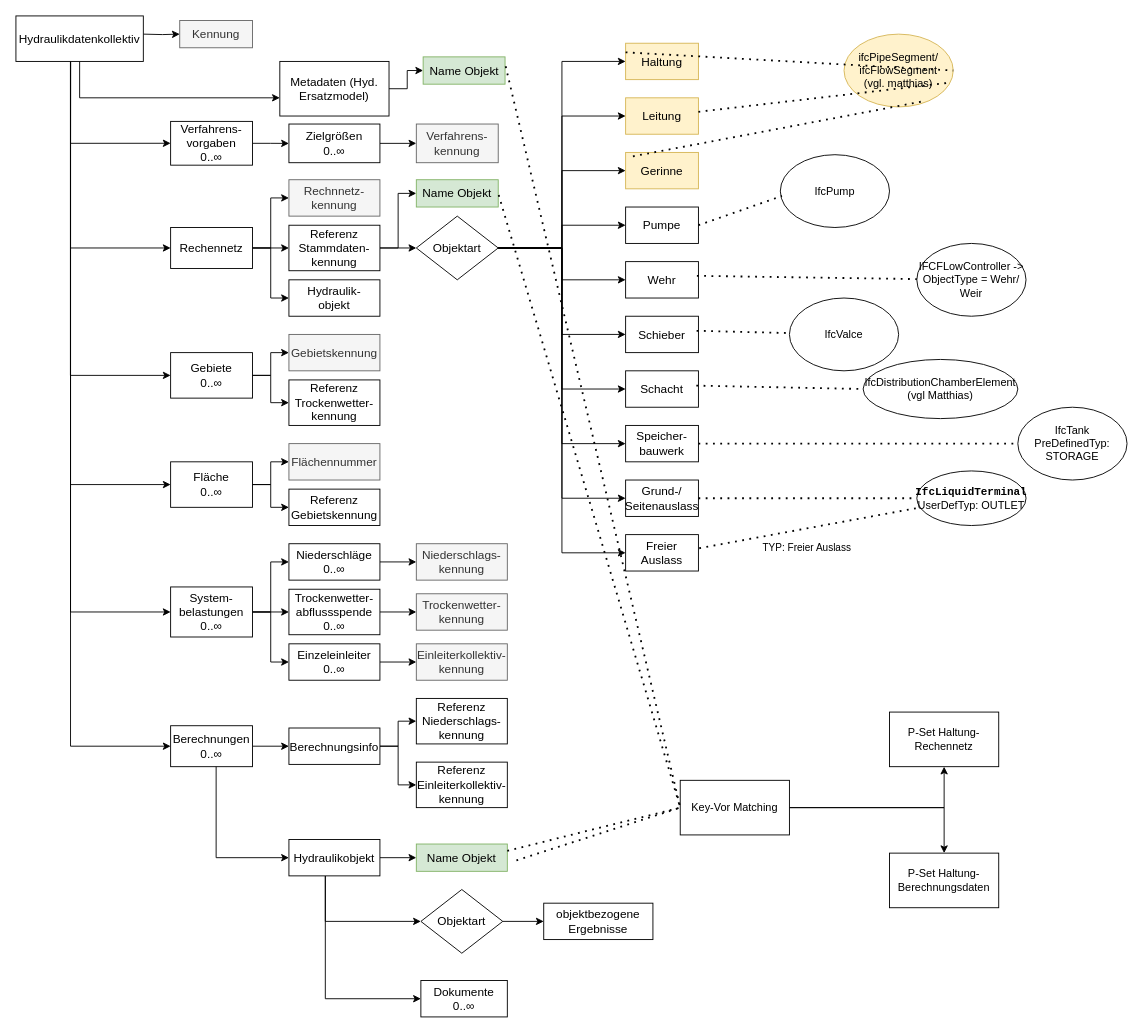
Above: Grobwasser mit IFC Klassen.drawio in simonwb123/BA-ISYBAU (draw.io), before the change. Source tidied: cells renumbered, new cells numbered last; positions are measured from the earlier drawing's top-left corner, leaving out a move shared by most shapes. Both pictures are drawn from the tidied source at 91%, with x=0, y=0 at pixel (15, 15).
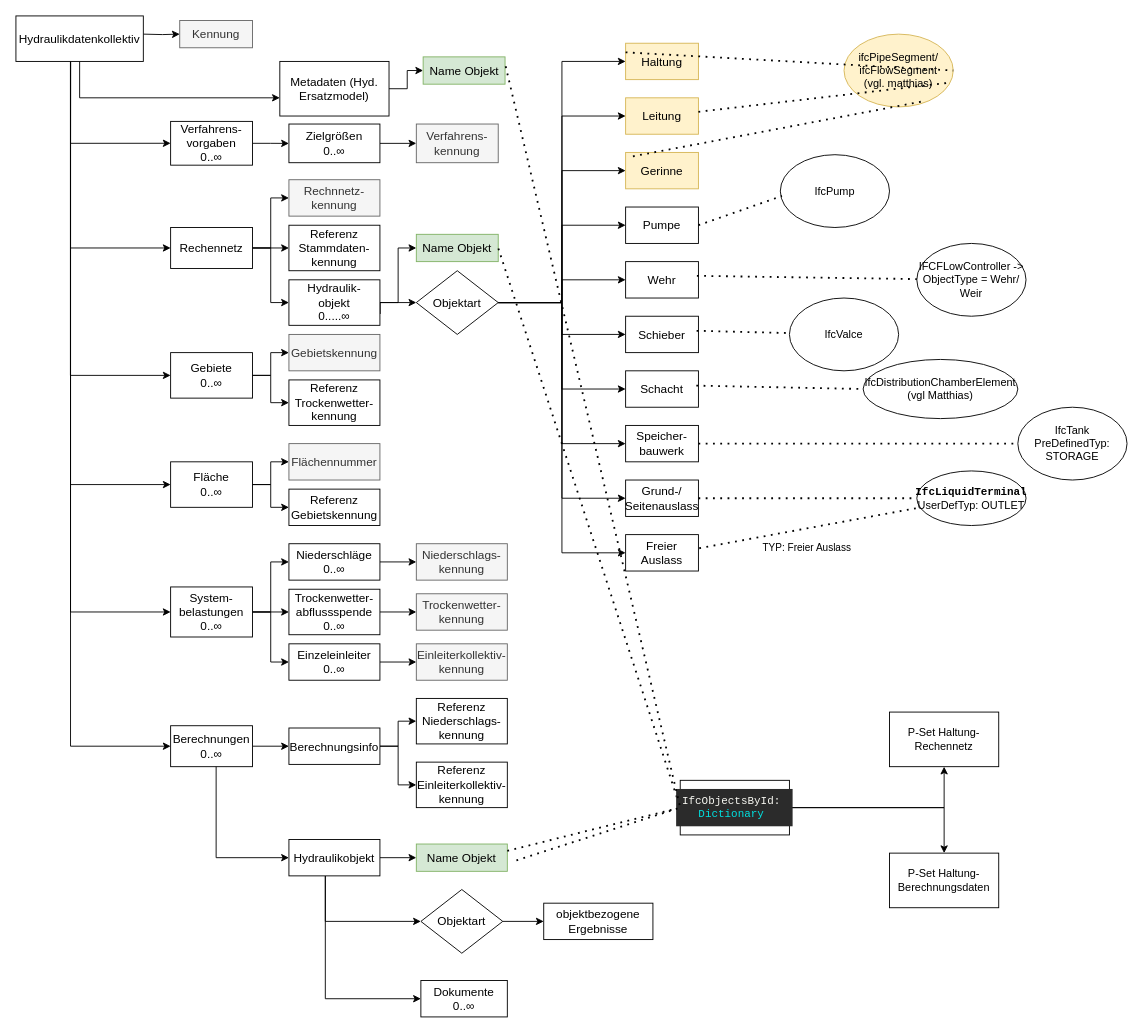
The same diagram, later.

Unchanged cells that the change refers to:
```xml
<mxCell id="19" value="&lt;div&gt;Referenz &lt;br&gt;&lt;/div&gt;&lt;div&gt;Stammdaten-&lt;/div&gt;&lt;div&gt;kennung&lt;/div&gt;" style="rounded=0;whiteSpace=wrap;html=1;fontFamily=Latin Modern;fontSize=13;" parent="1" vertex="1">
  <mxGeometry x="300" y="230" width="100" height="50" as="geometry" />
</mxCell>
```

The edit, as a diff of the source:
```diff
@@
-    <mxCell id="17" style="edgeStyle=orthogonalEdgeStyle;rounded=0;jettySize=auto;html=1;exitX=1;exitY=0.5;exitDx=0;exitDy=0;fontSize=13;" parent="1" edge="1" source="19" target="32">
-      <mxGeometry relative="1" as="geometry" />
+    <mxCell id="17" style="edgeStyle=orthogonalEdgeStyle;rounded=0;jettySize=auto;html=1;exitX=1;exitY=0.75;exitDx=0;exitDy=0;fontSize=13;" parent="1" edge="1" source="20" target="32">
+      <mxGeometry relative="1" as="geometry">
+        <Array as="points">
+          <mxPoint x="400" y="315" />
+        </Array>
+      </mxGeometry>
     </mxCell>
-    <mxCell id="18" style="edgeStyle=orthogonalEdgeStyle;rounded=0;jettySize=auto;html=1;entryX=0;entryY=0.5;entryDx=0;entryDy=0;fontSize=13;" parent="1" edge="1" source="19" target="41">
-      <mxGeometry relative="1" as="geometry" />
+    <mxCell id="18" style="edgeStyle=orthogonalEdgeStyle;rounded=0;jettySize=auto;html=1;entryX=0;entryY=0.5;entryDx=0;entryDy=0;fontSize=13;exitX=1;exitY=0.75;exitDx=0;exitDy=0;" parent="1" edge="1" source="20" target="41">
+      <mxGeometry relative="1" as="geometry">
+        <Array as="points">
+          <mxPoint x="400" y="315" />
+          <mxPoint x="420" y="315" />
+          <mxPoint x="420" y="255" />
+        </Array>
+      </mxGeometry>
     </mxCell>
@@
-    <mxCell id="20" value="&lt;div&gt;Hydraulik-&lt;/div&gt;&lt;div&gt;objekt&lt;/div&gt;" style="rounded=0;whiteSpace=wrap;html=1;fontFamily=Latin Modern;fontSize=13;" parent="1" vertex="1">
-      <mxGeometry x="300" y="290" width="100" height="40" as="geometry" />
+    <mxCell id="20" value="&lt;div&gt;Hydraulik-&lt;/div&gt;&lt;div&gt;objekt&lt;br&gt;0.....∞&lt;/div&gt;" style="rounded=0;whiteSpace=wrap;html=1;fontFamily=Latin Modern;fontSize=13;" parent="1" vertex="1">
+      <mxGeometry x="300" y="290" width="100" height="50" as="geometry" />
     </mxCell>
@@
     <mxCell id="32" value="Objektart" style="shape=rhombus;html=1;dashed=0;whiteSpace=wrap;perimeter=rhombusPerimeter;fontFamily=Latin Modern;fontSize=13;" parent="1" vertex="1">
-      <mxGeometry x="440" y="220" width="90" height="70" as="geometry" />
+      <mxGeometry x="440" y="280" width="90" height="70" as="geometry" />
     </mxCell>
@@
     <mxCell id="41" value="Name Objekt" style="rounded=0;whiteSpace=wrap;html=1;fontFamily=Latin Modern;fontSize=13;fillColor=#d5e8d4;strokeColor=#82b366;" parent="1" vertex="1">
-      <mxGeometry x="440" y="180" width="90" height="30" as="geometry" />
+      <mxGeometry x="440" y="240" width="90" height="30" as="geometry" />
     </mxCell>
@@
-    <mxCell id="110" value="Key-Vor Matching" style="rounded=0;whiteSpace=wrap;html=1;" parent="1" vertex="1">
+    <mxCell id="110" value="&lt;pre style=&quot;display: block; overflow-x: auto; background: rgb(43, 43, 43); color: rgb(248, 248, 242); padding: 0.5em;&quot; class=&quot;MarkdownCodeBlock_preTag__QMZEO MarkdownCodeBlock_horizontalOverflowHidden__YPHxg&quot;&gt;&lt;code style=&quot;white-space: pre;&quot; class=&quot;MarkdownCodeBlock_codeTag__5BV0Z&quot;&gt;&lt;span class=&quot;hljs-function&quot;&gt;IfcObjectsById&lt;/span&gt;&lt;span&gt;: &lt;br&gt;&lt;/span&gt;&lt;/code&gt;&lt;code style=&quot;white-space: pre;&quot; class=&quot;MarkdownCodeBlock_codeTag__5BV0Z&quot;&gt;&lt;span class=&quot;hljs-function&quot;&gt;&lt;/span&gt;&lt;span style=&quot;color: rgb(0, 224, 224);&quot; class=&quot;hljs-function&quot;&gt;Dictionary&lt;/span&gt;&lt;span class=&quot;hljs-function&quot;&gt;&lt;/span&gt;&lt;/code&gt;&lt;code style=&quot;white-space: pre;&quot; class=&quot;MarkdownCodeBlock_codeTag__5BV0Z&quot;&gt;&lt;span&gt; &lt;/span&gt;&lt;/code&gt;&lt;/pre&gt;" style="rounded=0;whiteSpace=wrap;html=1;" parent="1" vertex="1">
       <mxGeometry x="730" y="840" width="120" height="60" as="geometry" />
     </mxCell>
```
